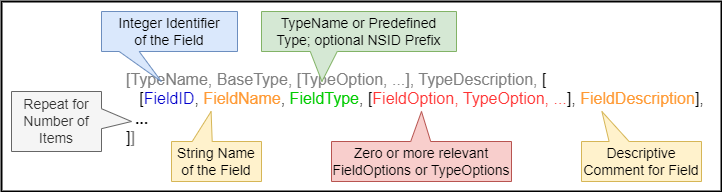
oasis-tcs/openc2-jadn-im keeps this draw.io diagram as images/JADN-with-fields-json.drawio.png. Above is the earlier version. Source tidied: cells renumbered, new cells last; positions are measured from the earlier drawing's top-left corner, leaving out a move shared by most shapes. Source of this version:
```xml
<mxGraphModel background="#ffffff">
  <root>
    <mxCell id="0" />
    <mxCell id="1" parent="0" />
    <mxCell id="2" style="rounded=0;whiteSpace=wrap;html=1;fontSize=16;fontColor=#00CC00;fillColor=none;strokeWidth=2;" parent="1" vertex="1">
      <mxGeometry width="720" height="190" as="geometry" />
    </mxCell>
    <mxCell id="3" value="&lt;font color=&quot;#808080&quot;&gt;[&lt;font style=&quot;font-size: 16px;&quot;&gt;TypeName&lt;/font&gt;, &lt;font style=&quot;font-size: 16px;&quot;&gt;BaseType&lt;/font&gt;, &lt;font style=&quot;font-size: 16px;&quot;&gt;[TypeOption, ...]&lt;/font&gt;, &lt;font style=&quot;font-size: 16px;&quot;&gt;TypeDescription&lt;/font&gt;, &lt;/font&gt;[&lt;br&gt;&lt;div style=&quot;&quot;&gt;&lt;span style=&quot;background-color: initial;&quot;&gt;&amp;nbsp;&amp;nbsp;&lt;/span&gt;&lt;font style=&quot;background-color: initial;&quot;&gt;&amp;nbsp;[&lt;font color=&quot;#0000cc&quot;&gt;FieldID&lt;/font&gt;, &lt;font color=&quot;#ff9933&quot;&gt;FieldName&lt;/font&gt;, &lt;font color=&quot;#00cc00&quot;&gt;FieldType&lt;/font&gt;, [&lt;font color=&quot;#ff3333&quot;&gt;FieldOption, TypeOption, ...&lt;/font&gt;], &lt;font color=&quot;#ff9933&quot;&gt;FieldDescription&lt;/font&gt;],&lt;/font&gt;&lt;/div&gt;&lt;div style=&quot;&quot;&gt;&lt;span style=&quot;background-color: initial;&quot;&gt;&amp;nbsp; &lt;b&gt;...&lt;/b&gt;&lt;/span&gt;&lt;/div&gt;&lt;div style=&quot;&quot;&gt;&lt;span style=&quot;background-color: initial;&quot;&gt;]&lt;font color=&quot;#808080&quot;&gt;]&lt;/font&gt;&lt;/span&gt;&lt;/div&gt;" style="text;html=1;strokeColor=none;fillColor=none;align=left;verticalAlign=middle;whiteSpace=wrap;rounded=0;fontSize=16;" parent="1" vertex="1">
      <mxGeometry x="123" y="92" width="587" height="30" as="geometry" />
    </mxCell>
    <mxCell id="4" value="Repeat for Number of Items" style="shape=callout;whiteSpace=wrap;html=1;perimeter=calloutPerimeter;fontSize=14;fillColor=#f5f5f5;strokeColor=#666666;flipV=0;size=30;position=0.38;position2=0.5;fontColor=#333333;direction=north;" parent="1" vertex="1">
      <mxGeometry x="10" y="90" width="120" height="60" as="geometry" />
    </mxCell>
    <mxCell id="5" value="String Name&lt;br&gt;of the Field" style="shape=callout;whiteSpace=wrap;html=1;perimeter=calloutPerimeter;fontSize=14;fillColor=#fff2cc;strokeColor=#d6b656;position2=0.44;flipV=1;base=20;size=30;position=0.23;" parent="1" vertex="1">
      <mxGeometry x="170" y="110" width="90" height="70" as="geometry" />
    </mxCell>
    <mxCell id="6" value="Integer Identifier &lt;br&gt;of the Field" style="shape=callout;whiteSpace=wrap;html=1;perimeter=calloutPerimeter;fontSize=14;fillColor=#dae8fc;strokeColor=#6c8ebf;flipV=0;size=30;position=0.13;position2=0.44;" parent="1" vertex="1">
      <mxGeometry x="100" y="10" width="136" height="70" as="geometry" />
    </mxCell>
    <mxCell id="7" value="TypeName or Predefined Type; optional NSID Prefix" style="shape=callout;whiteSpace=wrap;html=1;perimeter=calloutPerimeter;fontSize=14;fillColor=#d5e8d4;strokeColor=#82b366;flipV=0;size=30;position=0.25;base=27;position2=0.31;" parent="1" vertex="1">
      <mxGeometry x="260" y="10" width="195" height="70" as="geometry" />
    </mxCell>
    <mxCell id="8" value="Zero or more relevant FieldOptions or TypeOptions" style="shape=callout;whiteSpace=wrap;html=1;perimeter=calloutPerimeter;fontSize=14;fillColor=#f8cecc;strokeColor=#b85450;flipV=1;size=30;position=0.44;base=20;position2=0.5;" parent="1" vertex="1">
      <mxGeometry x="330" y="110" width="180" height="70" as="geometry" />
    </mxCell>
    <mxCell id="9" value="Descriptive Comment for Field" style="shape=callout;whiteSpace=wrap;html=1;perimeter=calloutPerimeter;fontSize=14;fillColor=#fff2cc;strokeColor=#d6b656;position2=0.17;flipV=1;base=20;size=30;position=0.23;" parent="1" vertex="1">
      <mxGeometry x="580" y="110" width="120" height="70" as="geometry" />
    </mxCell>
  </root>
</mxGraphModel>
```
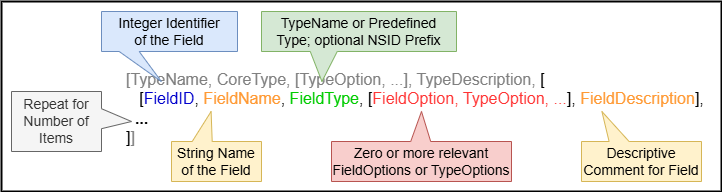
After the change.

Commit message:
update JADN type definition figures

What changed in the source:
```diff
@@ -5,7 +5,7 @@
     <mxCell id="2" style="rounded=0;whiteSpace=wrap;html=1;fontSize=16;fontColor=#00CC00;fillColor=none;strokeWidth=2;" parent="1" vertex="1">
       <mxGeometry width="720" height="190" as="geometry" />
     </mxCell>
-    <mxCell id="3" value="&lt;font color=&quot;#808080&quot;&gt;[&lt;font style=&quot;font-size: 16px;&quot;&gt;TypeName&lt;/font&gt;, &lt;font style=&quot;font-size: 16px;&quot;&gt;BaseType&lt;/font&gt;, &lt;font style=&quot;font-size: 16px;&quot;&gt;[TypeOption, ...]&lt;/font&gt;, &lt;font style=&quot;font-size: 16px;&quot;&gt;TypeDescription&lt;/font&gt;, &lt;/font&gt;[&lt;br&gt;&lt;div style=&quot;&quot;&gt;&lt;span style=&quot;background-color: initial;&quot;&gt;&amp;nbsp;&amp;nbsp;&lt;/span&gt;&lt;font style=&quot;background-color: initial;&quot;&gt;&amp;nbsp;[&lt;font color=&quot;#0000cc&quot;&gt;FieldID&lt;/font&gt;, &lt;font color=&quot;#ff9933&quot;&gt;FieldName&lt;/font&gt;, &lt;font color=&quot;#00cc00&quot;&gt;FieldType&lt;/font&gt;, [&lt;font color=&quot;#ff3333&quot;&gt;FieldOption, TypeOption, ...&lt;/font&gt;], &lt;font color=&quot;#ff9933&quot;&gt;FieldDescription&lt;/font&gt;],&lt;/font&gt;&lt;/div&gt;&lt;div style=&quot;&quot;&gt;&lt;span style=&quot;background-color: initial;&quot;&gt;&amp;nbsp; &lt;b&gt;...&lt;/b&gt;&lt;/span&gt;&lt;/div&gt;&lt;div style=&quot;&quot;&gt;&lt;span style=&quot;background-color: initial;&quot;&gt;]&lt;font color=&quot;#808080&quot;&gt;]&lt;/font&gt;&lt;/span&gt;&lt;/div&gt;" style="text;html=1;strokeColor=none;fillColor=none;align=left;verticalAlign=middle;whiteSpace=wrap;rounded=0;fontSize=16;" parent="1" vertex="1">
+    <mxCell id="3" value="&lt;font color=&quot;#808080&quot;&gt;[&lt;font style=&quot;font-size: 16px;&quot;&gt;TypeName&lt;/font&gt;, &lt;font style=&quot;font-size: 16px;&quot;&gt;CoreType&lt;/font&gt;, &lt;font style=&quot;font-size: 16px;&quot;&gt;[TypeOption, ...]&lt;/font&gt;, &lt;font style=&quot;font-size: 16px;&quot;&gt;TypeDescription&lt;/font&gt;, &lt;/font&gt;[&lt;br&gt;&lt;div style=&quot;&quot;&gt;&lt;span style=&quot;background-color: initial;&quot;&gt;&amp;nbsp;&amp;nbsp;&lt;/span&gt;&lt;font style=&quot;background-color: initial;&quot;&gt;&amp;nbsp;[&lt;font color=&quot;#0000cc&quot;&gt;FieldID&lt;/font&gt;, &lt;font color=&quot;#ff9933&quot;&gt;FieldName&lt;/font&gt;, &lt;font color=&quot;#00cc00&quot;&gt;FieldType&lt;/font&gt;, [&lt;font color=&quot;#ff3333&quot;&gt;FieldOption, TypeOption, ...&lt;/font&gt;], &lt;font color=&quot;#ff9933&quot;&gt;FieldDescription&lt;/font&gt;],&lt;/font&gt;&lt;/div&gt;&lt;div style=&quot;&quot;&gt;&lt;span style=&quot;background-color: initial;&quot;&gt;&amp;nbsp; &lt;b&gt;...&lt;/b&gt;&lt;/span&gt;&lt;/div&gt;&lt;div style=&quot;&quot;&gt;&lt;span style=&quot;background-color: initial;&quot;&gt;]&lt;font color=&quot;#808080&quot;&gt;]&lt;/font&gt;&lt;/span&gt;&lt;/div&gt;" style="text;html=1;strokeColor=none;fillColor=none;align=left;verticalAlign=middle;whiteSpace=wrap;rounded=0;fontSize=16;" parent="1" vertex="1">
       <mxGeometry x="123" y="92" width="587" height="30" as="geometry" />
     </mxCell>
     <mxCell id="4" value="Repeat for Number of Items" style="shape=callout;whiteSpace=wrap;html=1;perimeter=calloutPerimeter;fontSize=14;fillColor=#f5f5f5;strokeColor=#666666;flipV=0;size=30;position=0.38;position2=0.5;fontColor=#333333;direction=north;" parent="1" vertex="1">
```
